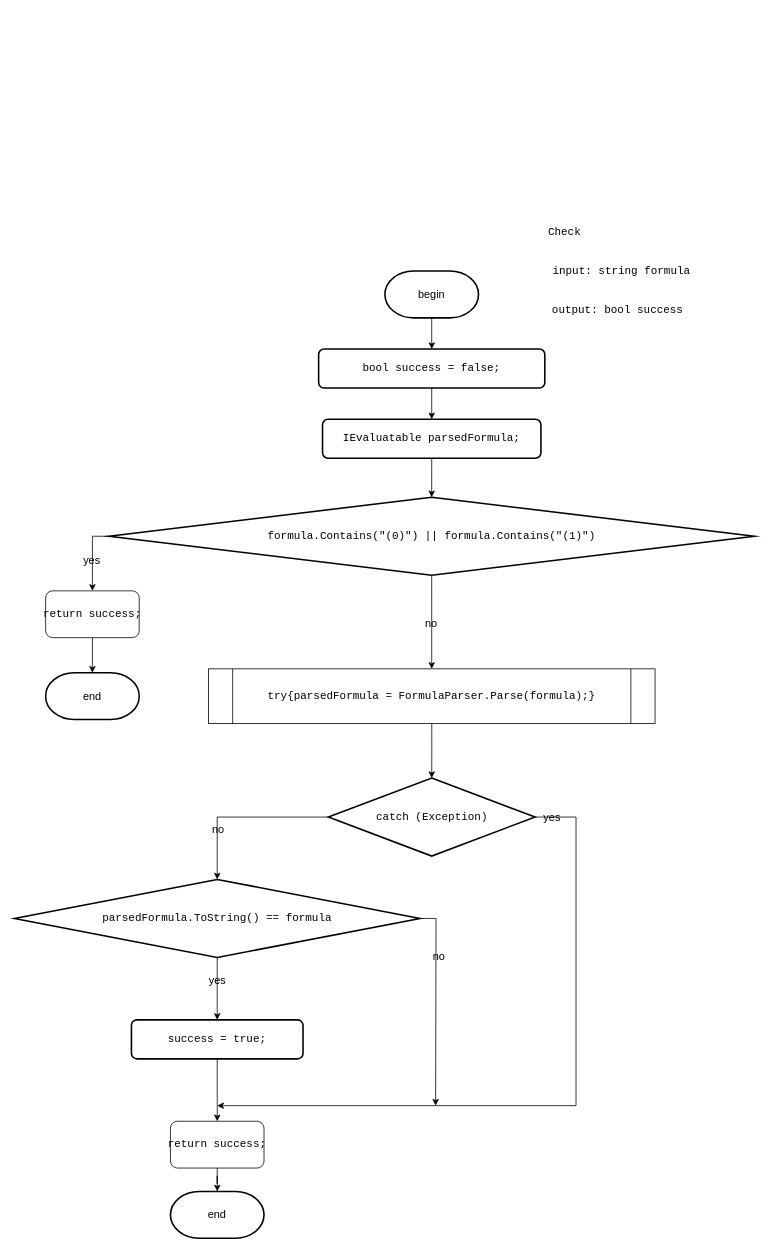
Before: Diagrams/FormulaStringChecker.drawio in slavikovics/FictionalVariables, a draw.io diagram. Source tidied: cells renumbered, new cells numbered last; positions are measured from the earlier drawing's top-left corner, leaving out a move shared by most shapes. Both pictures are drawn from the tidied source at 78%, with x=0, y=0 at pixel (14, 208).
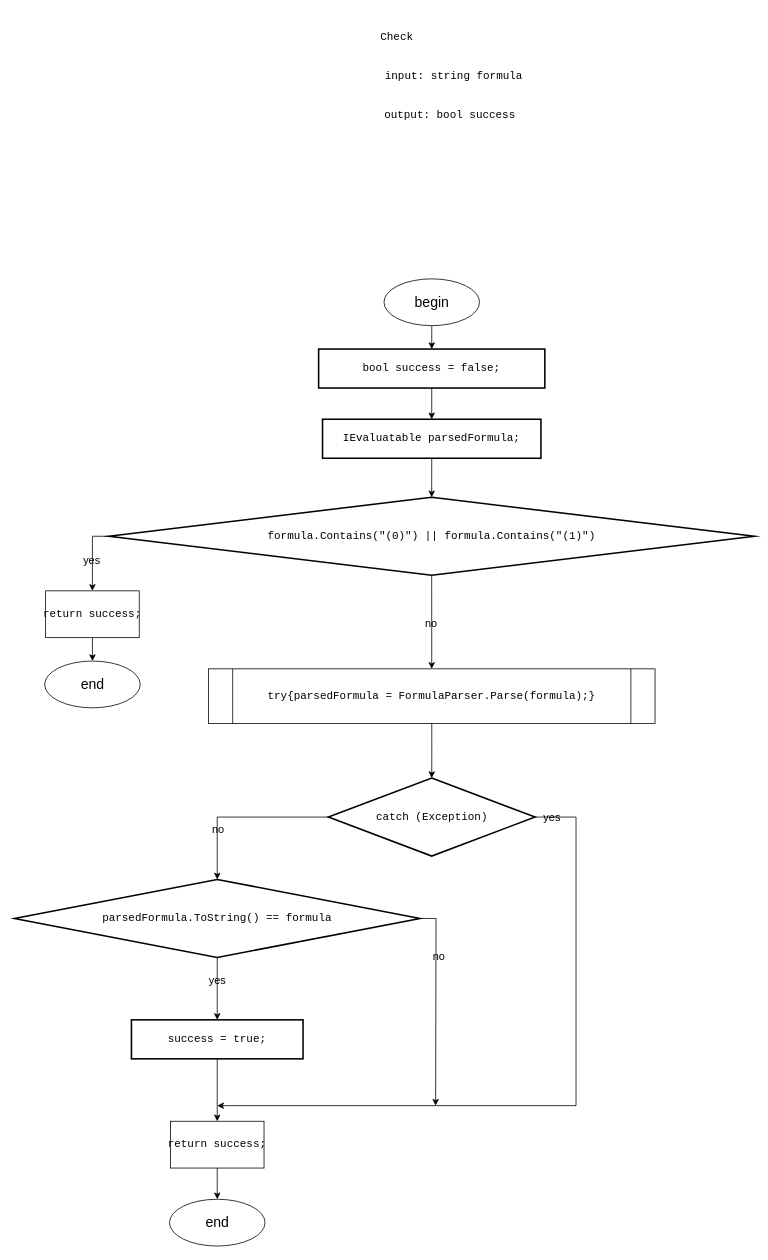
After the change.

The edit, as a diff of the source:
```diff
@@
     <mxCell id="2" value="&lt;pre style=&quot;font-family: &amp;quot;JetBrains Mono&amp;quot;, monospace;&quot;&gt;Check&lt;/pre&gt;" style="text;html=1;align=center;verticalAlign=middle;strokeColor=none;fillColor=none;fontSize=14;labelBackgroundColor=none;fontColor=#000000;" parent="1" vertex="1">
-      <mxGeometry x="675" width="60" height="60" as="geometry" />
+      <mxGeometry x="460" y="-250" width="60" height="60" as="geometry" />
     </mxCell>
-    <mxCell id="3" style="edgeStyle=orthogonalEdgeStyle;rounded=0;jettySize=auto;html=1;exitX=0.5;exitY=1;exitDx=0;exitDy=0;exitPerimeter=0;entryX=0.5;entryY=0;entryDx=0;entryDy=0;fontSize=14;labelBackgroundColor=none;fontColor=#000000;" parent="1" edge="1" source="4" target="6">
-      <mxGeometry relative="1" as="geometry" />
-    </mxCell>
-    <mxCell id="4" value="begin" style="strokeWidth=2;html=1;shape=mxgraph.flowchart.terminator;whiteSpace=wrap;fontSize=14;labelBackgroundColor=none;fontColor=#000000;" parent="1" vertex="1">
-      <mxGeometry x="475" y="80" width="120" height="60" as="geometry" />
-    </mxCell>
@@
-    <mxCell id="6" value="&lt;div style=&quot;&quot;&gt;&lt;pre style=&quot;font-family: &amp;quot;JetBrains Mono&amp;quot;, monospace;&quot;&gt;&lt;pre style=&quot;font-family: &amp;quot;JetBrains Mono&amp;quot;, monospace;&quot;&gt;&lt;pre style=&quot;font-family: &amp;quot;JetBrains Mono&amp;quot;, monospace;&quot;&gt;&lt;pre style=&quot;font-family: &amp;quot;JetBrains Mono&amp;quot;, monospace;&quot;&gt;&lt;pre style=&quot;font-family: &amp;quot;JetBrains Mono&amp;quot;, monospace;&quot;&gt;&lt;pre style=&quot;font-family: &amp;quot;JetBrains Mono&amp;quot;, monospace;&quot;&gt;&lt;div&gt;&lt;pre style=&quot;font-family: &amp;quot;JetBrains Mono&amp;quot;, monospace;&quot;&gt;&lt;span style=&quot;&quot;&gt;bool &lt;/span&gt;&lt;span style=&quot;&quot;&gt;success &lt;/span&gt;= &lt;span style=&quot;&quot;&gt;false&lt;/span&gt;;&lt;/pre&gt;&lt;/div&gt;&lt;/pre&gt;&lt;/pre&gt;&lt;/pre&gt;&lt;/pre&gt;&lt;/pre&gt;&lt;/pre&gt;&lt;/div&gt;" style="rounded=1;whiteSpace=wrap;html=1;absoluteArcSize=1;arcSize=14;strokeWidth=2;fontSize=14;labelBackgroundColor=none;fontColor=#000000;" parent="1" vertex="1">
+    <mxCell id="6" value="&lt;div style=&quot;&quot;&gt;&lt;pre style=&quot;font-family: &amp;quot;JetBrains Mono&amp;quot;, monospace;&quot;&gt;&lt;pre style=&quot;font-family: &amp;quot;JetBrains Mono&amp;quot;, monospace;&quot;&gt;&lt;pre style=&quot;font-family: &amp;quot;JetBrains Mono&amp;quot;, monospace;&quot;&gt;&lt;pre style=&quot;font-family: &amp;quot;JetBrains Mono&amp;quot;, monospace;&quot;&gt;&lt;pre style=&quot;font-family: &amp;quot;JetBrains Mono&amp;quot;, monospace;&quot;&gt;&lt;pre style=&quot;font-family: &amp;quot;JetBrains Mono&amp;quot;, monospace;&quot;&gt;&lt;div&gt;&lt;pre style=&quot;font-family: &amp;quot;JetBrains Mono&amp;quot;, monospace;&quot;&gt;&lt;span style=&quot;&quot;&gt;bool &lt;/span&gt;&lt;span style=&quot;&quot;&gt;success &lt;/span&gt;= &lt;span style=&quot;&quot;&gt;false&lt;/span&gt;;&lt;/pre&gt;&lt;/div&gt;&lt;/pre&gt;&lt;/pre&gt;&lt;/pre&gt;&lt;/pre&gt;&lt;/pre&gt;&lt;/pre&gt;&lt;/div&gt;" style="rounded=0;whiteSpace=wrap;html=1;absoluteArcSize=1;arcSize=14;strokeWidth=2;fontSize=14;labelBackgroundColor=none;fontColor=#000000;" parent="1" vertex="1">
       <mxGeometry x="390" y="180" width="290" height="50" as="geometry" />
     </mxCell>
     <mxCell id="7" value="&lt;pre style=&quot;font-family: &amp;quot;JetBrains Mono&amp;quot;, monospace;&quot;&gt;input: string &lt;span style=&quot;white-space-collapse: collapse;&quot;&gt;formula&lt;/span&gt;&lt;/pre&gt;" style="text;html=1;align=center;verticalAlign=middle;strokeColor=none;fillColor=none;fontSize=14;labelBackgroundColor=none;fontColor=#000000;" parent="1" vertex="1">
-      <mxGeometry x="682.5" y="50" width="190" height="60" as="geometry" />
+      <mxGeometry x="467.5" y="-200" width="190" height="60" as="geometry" />
     </mxCell>
     <mxCell id="8" value="&lt;pre style=&quot;font-family: &amp;quot;JetBrains Mono&amp;quot;, monospace;&quot;&gt;output: bool &lt;span style=&quot;white-space-collapse: collapse;&quot;&gt;success&lt;/span&gt;&lt;/pre&gt;" style="text;html=1;align=center;verticalAlign=middle;strokeColor=none;fillColor=none;fontSize=14;labelBackgroundColor=none;fontColor=#000000;" parent="1" vertex="1">
-      <mxGeometry x="682.5" y="100" width="180" height="60" as="geometry" />
+      <mxGeometry x="467.5" y="-150" width="180" height="60" as="geometry" />
     </mxCell>
-    <mxCell id="9" value="end" style="strokeWidth=2;html=1;shape=mxgraph.flowchart.terminator;whiteSpace=wrap;fontSize=14;labelBackgroundColor=none;fontColor=#000000;" parent="1" vertex="1">
-      <mxGeometry x="200" y="1260" width="120" height="60" as="geometry" />
-    </mxCell>
-    <mxCell id="10" value="&lt;div style=&quot;&quot;&gt;&lt;pre style=&quot;font-family: &amp;quot;JetBrains Mono&amp;quot;, monospace;&quot;&gt;&lt;pre style=&quot;font-family: &amp;quot;JetBrains Mono&amp;quot;, monospace;&quot;&gt;&lt;pre style=&quot;font-family: &amp;quot;JetBrains Mono&amp;quot;, monospace;&quot;&gt;&lt;pre style=&quot;font-family: &amp;quot;JetBrains Mono&amp;quot;, monospace;&quot;&gt;&lt;pre style=&quot;font-family: &amp;quot;JetBrains Mono&amp;quot;, monospace;&quot;&gt;&lt;pre style=&quot;font-family: &amp;quot;JetBrains Mono&amp;quot;, monospace;&quot;&gt;&lt;pre style=&quot;font-family: &amp;quot;JetBrains Mono&amp;quot;, monospace;&quot;&gt;&lt;div&gt;&lt;pre style=&quot;font-family: &amp;quot;JetBrains Mono&amp;quot;, monospace;&quot;&gt;&lt;span style=&quot;&quot;&gt;IEvaluatable &lt;/span&gt;&lt;span style=&quot;&quot;&gt;parsedFormula&lt;/span&gt;;&lt;/pre&gt;&lt;/div&gt;&lt;/pre&gt;&lt;/pre&gt;&lt;/pre&gt;&lt;/pre&gt;&lt;/pre&gt;&lt;/pre&gt;&lt;/pre&gt;&lt;/div&gt;" style="rounded=1;whiteSpace=wrap;html=1;absoluteArcSize=1;arcSize=14;strokeWidth=2;fontSize=14;labelBackgroundColor=none;fontColor=#000000;" parent="1" vertex="1">
+    <mxCell id="10" value="&lt;div style=&quot;&quot;&gt;&lt;pre style=&quot;font-family: &amp;quot;JetBrains Mono&amp;quot;, monospace;&quot;&gt;&lt;pre style=&quot;font-family: &amp;quot;JetBrains Mono&amp;quot;, monospace;&quot;&gt;&lt;pre style=&quot;font-family: &amp;quot;JetBrains Mono&amp;quot;, monospace;&quot;&gt;&lt;pre style=&quot;font-family: &amp;quot;JetBrains Mono&amp;quot;, monospace;&quot;&gt;&lt;pre style=&quot;font-family: &amp;quot;JetBrains Mono&amp;quot;, monospace;&quot;&gt;&lt;pre style=&quot;font-family: &amp;quot;JetBrains Mono&amp;quot;, monospace;&quot;&gt;&lt;pre style=&quot;font-family: &amp;quot;JetBrains Mono&amp;quot;, monospace;&quot;&gt;&lt;div&gt;&lt;pre style=&quot;font-family: &amp;quot;JetBrains Mono&amp;quot;, monospace;&quot;&gt;&lt;span style=&quot;&quot;&gt;IEvaluatable &lt;/span&gt;&lt;span style=&quot;&quot;&gt;parsedFormula&lt;/span&gt;;&lt;/pre&gt;&lt;/div&gt;&lt;/pre&gt;&lt;/pre&gt;&lt;/pre&gt;&lt;/pre&gt;&lt;/pre&gt;&lt;/pre&gt;&lt;/pre&gt;&lt;/div&gt;" style="rounded=0;whiteSpace=wrap;html=1;absoluteArcSize=1;arcSize=14;strokeWidth=2;fontSize=14;labelBackgroundColor=none;fontColor=#000000;" parent="1" vertex="1">
       <mxGeometry x="395" y="270" width="280" height="50" as="geometry" />
     </mxCell>
@@
-    <mxCell id="16" value="end" style="strokeWidth=2;html=1;shape=mxgraph.flowchart.terminator;whiteSpace=wrap;fontSize=14;labelBackgroundColor=none;fontColor=#000000;" parent="1" vertex="1">
-      <mxGeometry x="40" y="595" width="120" height="60" as="geometry" />
-    </mxCell>
@@
-    <mxCell id="29" value="&lt;div style=&quot;&quot;&gt;&lt;pre style=&quot;font-family: &amp;quot;JetBrains Mono&amp;quot;, monospace;&quot;&gt;&lt;pre style=&quot;font-family: &amp;quot;JetBrains Mono&amp;quot;, monospace;&quot;&gt;&lt;pre style=&quot;font-family: &amp;quot;JetBrains Mono&amp;quot;, monospace;&quot;&gt;&lt;pre style=&quot;font-family: &amp;quot;JetBrains Mono&amp;quot;, monospace;&quot;&gt;&lt;pre style=&quot;font-family: &amp;quot;JetBrains Mono&amp;quot;, monospace;&quot;&gt;&lt;pre style=&quot;font-family: &amp;quot;JetBrains Mono&amp;quot;, monospace;&quot;&gt;&lt;div&gt;&lt;pre style=&quot;font-family: &amp;quot;JetBrains Mono&amp;quot;, monospace;&quot;&gt;&lt;span style=&quot;&quot;&gt;success &lt;/span&gt;= &lt;span style=&quot;&quot;&gt;true&lt;/span&gt;;&lt;/pre&gt;&lt;/div&gt;&lt;/pre&gt;&lt;/pre&gt;&lt;/pre&gt;&lt;/pre&gt;&lt;/pre&gt;&lt;/pre&gt;&lt;/div&gt;" style="rounded=1;whiteSpace=wrap;html=1;absoluteArcSize=1;arcSize=14;strokeWidth=2;fontSize=14;labelBackgroundColor=none;fontColor=#000000;" parent="1" vertex="1">
+    <mxCell id="29" value="&lt;div style=&quot;&quot;&gt;&lt;pre style=&quot;font-family: &amp;quot;JetBrains Mono&amp;quot;, monospace;&quot;&gt;&lt;pre style=&quot;font-family: &amp;quot;JetBrains Mono&amp;quot;, monospace;&quot;&gt;&lt;pre style=&quot;font-family: &amp;quot;JetBrains Mono&amp;quot;, monospace;&quot;&gt;&lt;pre style=&quot;font-family: &amp;quot;JetBrains Mono&amp;quot;, monospace;&quot;&gt;&lt;pre style=&quot;font-family: &amp;quot;JetBrains Mono&amp;quot;, monospace;&quot;&gt;&lt;pre style=&quot;font-family: &amp;quot;JetBrains Mono&amp;quot;, monospace;&quot;&gt;&lt;div&gt;&lt;pre style=&quot;font-family: &amp;quot;JetBrains Mono&amp;quot;, monospace;&quot;&gt;&lt;span style=&quot;&quot;&gt;success &lt;/span&gt;= &lt;span style=&quot;&quot;&gt;true&lt;/span&gt;;&lt;/pre&gt;&lt;/div&gt;&lt;/pre&gt;&lt;/pre&gt;&lt;/pre&gt;&lt;/pre&gt;&lt;/pre&gt;&lt;/pre&gt;&lt;/div&gt;" style="rounded=0;whiteSpace=wrap;html=1;absoluteArcSize=1;arcSize=14;strokeWidth=2;fontSize=14;labelBackgroundColor=none;fontColor=#000000;" parent="1" vertex="1">
       <mxGeometry x="150" y="1040" width="220" height="50" as="geometry" />
     </mxCell>
@@
-    <mxCell id="32" style="edgeStyle=orthogonalEdgeStyle;rounded=0;jettySize=auto;html=1;exitX=0.5;exitY=1;exitDx=0;exitDy=0;fontSize=14;labelBackgroundColor=none;fontColor=#000000;" parent="1" edge="1" source="33" target="16">
-      <mxGeometry relative="1" as="geometry" />
-    </mxCell>
+    <mxCell id="36" style="edgeStyle=orthogonalEdgeStyle;rounded=0;jettySize=auto;html=1;exitX=0.5;exitY=1;exitDx=0;exitDy=0;entryX=0.5;entryY=0;entryDx=0;entryDy=0;" parent="1" edge="1" source="33" target="39">
+      <mxGeometry relative="1" as="geometry" />
+    </mxCell>
-    <mxCell id="33" value="&lt;div style=&quot;&quot;&gt;&lt;pre style=&quot;font-family: &amp;quot;JetBrains Mono&amp;quot;, monospace;&quot;&gt;&lt;span style=&quot;&quot;&gt;return &lt;/span&gt;success;&lt;/pre&gt;&lt;/div&gt;" style="rounded=1;whiteSpace=wrap;html=1;fontSize=14;labelBackgroundColor=none;fontColor=#000000;" parent="1" vertex="1">
+    <mxCell id="33" value="&lt;div style=&quot;&quot;&gt;&lt;pre style=&quot;font-family: &amp;quot;JetBrains Mono&amp;quot;, monospace;&quot;&gt;&lt;span style=&quot;&quot;&gt;return &lt;/span&gt;success;&lt;/pre&gt;&lt;/div&gt;" style="rounded=0;whiteSpace=wrap;html=1;fontSize=14;labelBackgroundColor=none;fontColor=#000000;" parent="1" vertex="1">
       <mxGeometry x="40" y="490" width="120" height="60" as="geometry" />
     </mxCell>
-    <mxCell id="34" style="edgeStyle=orthogonalEdgeStyle;rounded=0;jettySize=auto;html=1;exitX=0.5;exitY=1;exitDx=0;exitDy=0;fontSize=14;labelBackgroundColor=none;fontColor=#000000;" parent="1" edge="1" source="35" target="9">
-      <mxGeometry relative="1" as="geometry" />
-    </mxCell>
+    <mxCell id="37" style="edgeStyle=orthogonalEdgeStyle;rounded=0;jettySize=auto;html=1;exitX=0.5;exitY=1;exitDx=0;exitDy=0;entryX=0.5;entryY=0;entryDx=0;entryDy=0;" parent="1" edge="1" source="35" target="38">
+      <mxGeometry relative="1" as="geometry" />
+    </mxCell>
-    <mxCell id="35" value="&lt;div style=&quot;&quot;&gt;&lt;pre style=&quot;font-family: &amp;quot;JetBrains Mono&amp;quot;, monospace;&quot;&gt;&lt;span style=&quot;&quot;&gt;return &lt;/span&gt;success;&lt;/pre&gt;&lt;/div&gt;" style="rounded=1;whiteSpace=wrap;html=1;fontSize=14;labelBackgroundColor=none;fontColor=#000000;" parent="1" vertex="1">
+    <mxCell id="35" value="&lt;div style=&quot;&quot;&gt;&lt;pre style=&quot;font-family: &amp;quot;JetBrains Mono&amp;quot;, monospace;&quot;&gt;&lt;span style=&quot;&quot;&gt;return &lt;/span&gt;success;&lt;/pre&gt;&lt;/div&gt;" style="rounded=0;whiteSpace=wrap;html=1;fontSize=14;labelBackgroundColor=none;fontColor=#000000;" parent="1" vertex="1">
       <mxGeometry x="200" y="1170" width="120" height="60" as="geometry" />
     </mxCell>
+    <mxCell id="3" style="edgeStyle=orthogonalEdgeStyle;rounded=0;jettySize=auto;html=1;exitX=0.5;exitY=1;exitDx=0;exitDy=0;entryX=0.5;entryY=0;entryDx=0;entryDy=0;" parent="1" edge="1" source="4" target="6">
+      <mxGeometry relative="1" as="geometry" />
+    </mxCell>
+    <mxCell id="4" value="&lt;font style=&quot;font-size: 18px;&quot;&gt;begin&lt;/font&gt;" style="ellipse;whiteSpace=wrap;html=1;" parent="1" vertex="1">
+      <mxGeometry x="473.8" y="90" width="122.5" height="60" as="geometry" />
+    </mxCell>
+    <mxCell id="38" value="&lt;font style=&quot;font-size: 18px;&quot;&gt;end&lt;/font&gt;" style="ellipse;whiteSpace=wrap;html=1;" parent="1" vertex="1">
+      <mxGeometry x="198.8" y="1270" width="122.5" height="60" as="geometry" />
+    </mxCell>
+    <mxCell id="39" value="&lt;font style=&quot;font-size: 18px;&quot;&gt;end&lt;/font&gt;" style="ellipse;whiteSpace=wrap;html=1;" parent="1" vertex="1">
+      <mxGeometry x="38.8" y="580" width="122.5" height="60" as="geometry" />
+    </mxCell>
```
